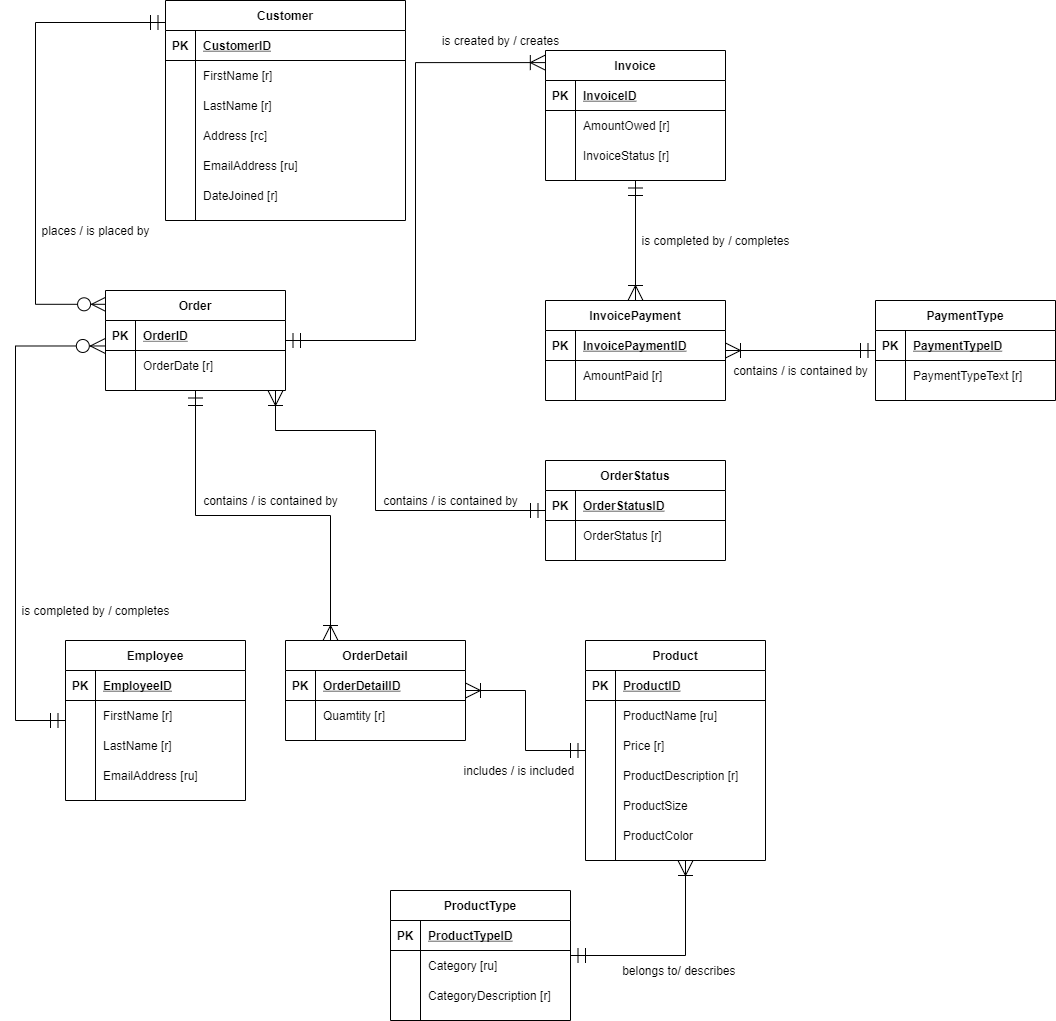
The draw.io diagram Project/Project Conceptual Model.png in trisxcj1/SyracuseUniversity_IST659, before a commit. Source tidied: cells renumbered, new cells last; positions are measured from the earlier drawing's top-left corner, leaving out a move shared by most shapes.
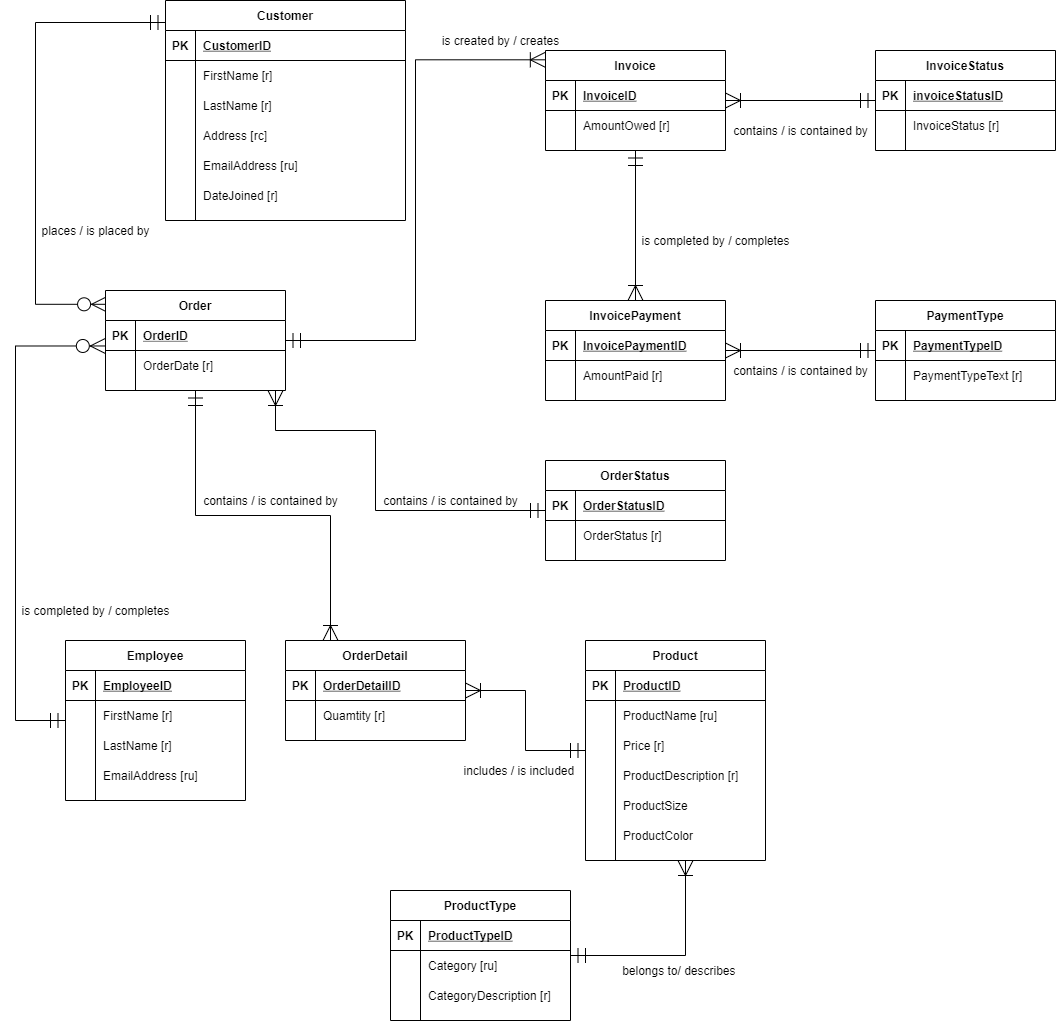
The same diagram one commit later.

Commit message:
invoicestatus table

Diff of the diagram source:
```diff
@@ -170,8 +170,11 @@
     <mxCell id="54" value="EmailAddress [ru]" style="shape=partialRectangle;fillColor=none;top=0;left=0;bottom=0;right=0;align=left;spacingLeft=6;overflow=hidden;" parent="52" vertex="1">
       <mxGeometry x="30" width="150" height="30" as="geometry" />
     </mxCell>
+    <mxCell id="126" style="edgeStyle=orthogonalEdgeStyle;rounded=0;jettySize=auto;html=1;startArrow=ERoneToMany;startFill=0;startSize=13;endArrow=ERmandOne;endFill=0;endSize=13;" parent="1" edge="1" source="55" target="127">
+      <mxGeometry relative="1" as="geometry" />
+    </mxCell>
     <mxCell id="55" value="Invoice" style="shape=table;startSize=30;rowLines=0;fontStyle=1;align=center;" parent="1" vertex="1">
-      <mxGeometry x="530" y="50" width="180" height="130" as="geometry" />
+      <mxGeometry x="530" y="50" width="180" height="100" as="geometry" />
     </mxCell>
     <mxCell id="56" style="shape=partialRectangle;fillColor=none;top=0;left=0;bottom=1;right=0;" parent="55" vertex="1">
       <mxGeometry y="30" width="180" height="30" as="geometry" />
@@ -191,15 +194,6 @@
     <mxCell id="61" value="AmountOwed [r]" style="shape=partialRectangle;fillColor=none;top=0;left=0;bottom=0;right=0;align=left;spacingLeft=6;overflow=hidden;" parent="59" vertex="1">
       <mxGeometry x="30" width="150" height="30" as="geometry" />
     </mxCell>
-    <mxCell id="62" style="shape=partialRectangle;fillColor=none;top=0;left=0;bottom=0;right=0;" parent="55" vertex="1">
-      <mxGeometry y="90" width="180" height="30" as="geometry" />
-    </mxCell>
-    <mxCell id="63" style="shape=partialRectangle;fillColor=none;top=0;left=0;bottom=0;right=0;overflow=hidden;" parent="62" vertex="1">
-      <mxGeometry width="30" height="30" as="geometry" />
-    </mxCell>
-    <mxCell id="64" value="InvoiceStatus [r]" style="shape=partialRectangle;fillColor=none;top=0;left=0;bottom=0;right=0;align=left;spacingLeft=6;overflow=hidden;" parent="62" vertex="1">
-      <mxGeometry x="30" width="150" height="30" as="geometry" />
-    </mxCell>
     <mxCell id="65" style="edgeStyle=orthogonalEdgeStyle;rounded=0;jettySize=auto;html=1;startArrow=ERzeroToMany;startFill=1;startSize=13;endArrow=ERmandOne;endFill=0;endSize=13;exitX=-0.001;exitY=0.849;exitDx=0;exitDy=0;exitPerimeter=0;" parent="1" edge="1" source="70" target="42">
       <mxGeometry relative="1" as="geometry">
         <Array as="points">
@@ -399,5 +393,29 @@
     <mxCell id="125" value="contains / is contained by" style="text;html=1;align=center;verticalAlign=middle;" parent="1" vertex="1">
       <mxGeometry x="710" y="360" width="150" height="20" as="geometry" />
     </mxCell>
+    <mxCell id="127" value="InvoiceStatus" style="shape=table;startSize=30;rowLines=0;fontStyle=1;align=center;" parent="1" vertex="1">
+      <mxGeometry x="860" y="50" width="180" height="100" as="geometry" />
+    </mxCell>
+    <mxCell id="128" style="shape=partialRectangle;fillColor=none;top=0;left=0;bottom=1;right=0;" parent="127" vertex="1">
+      <mxGeometry y="30" width="180" height="30" as="geometry" />
+    </mxCell>
+    <mxCell id="129" value="PK" style="shape=partialRectangle;fillColor=none;top=0;left=0;bottom=0;right=0;fontStyle=1;overflow=hidden;" parent="128" vertex="1">
+      <mxGeometry width="30" height="30" as="geometry" />
+    </mxCell>
+    <mxCell id="130" value="invoiceStatusID" style="shape=partialRectangle;fillColor=none;top=0;left=0;bottom=0;right=0;align=left;spacingLeft=6;fontStyle=5;overflow=hidden;" parent="128" vertex="1">
+      <mxGeometry x="30" width="150" height="30" as="geometry" />
+    </mxCell>
+    <mxCell id="131" style="shape=partialRectangle;fillColor=none;top=0;left=0;bottom=0;right=0;" parent="127" vertex="1">
+      <mxGeometry y="60" width="180" height="30" as="geometry" />
+    </mxCell>
+    <mxCell id="63" style="shape=partialRectangle;fillColor=none;top=0;left=0;bottom=0;right=0;overflow=hidden;" parent="131" vertex="1">
+      <mxGeometry width="30" height="30" as="geometry" />
+    </mxCell>
+    <mxCell id="64" value="InvoiceStatus [r]" style="shape=partialRectangle;fillColor=none;top=0;left=0;bottom=0;right=0;align=left;spacingLeft=6;overflow=hidden;" parent="131" vertex="1">
+      <mxGeometry x="30" width="150" height="30" as="geometry" />
+    </mxCell>
+    <mxCell id="132" value="contains / is contained by" style="text;html=1;align=center;verticalAlign=middle;" parent="1" vertex="1">
+      <mxGeometry x="710" y="120" width="150" height="20" as="geometry" />
+    </mxCell>
   </root>
 </mxGraphModel>
```
